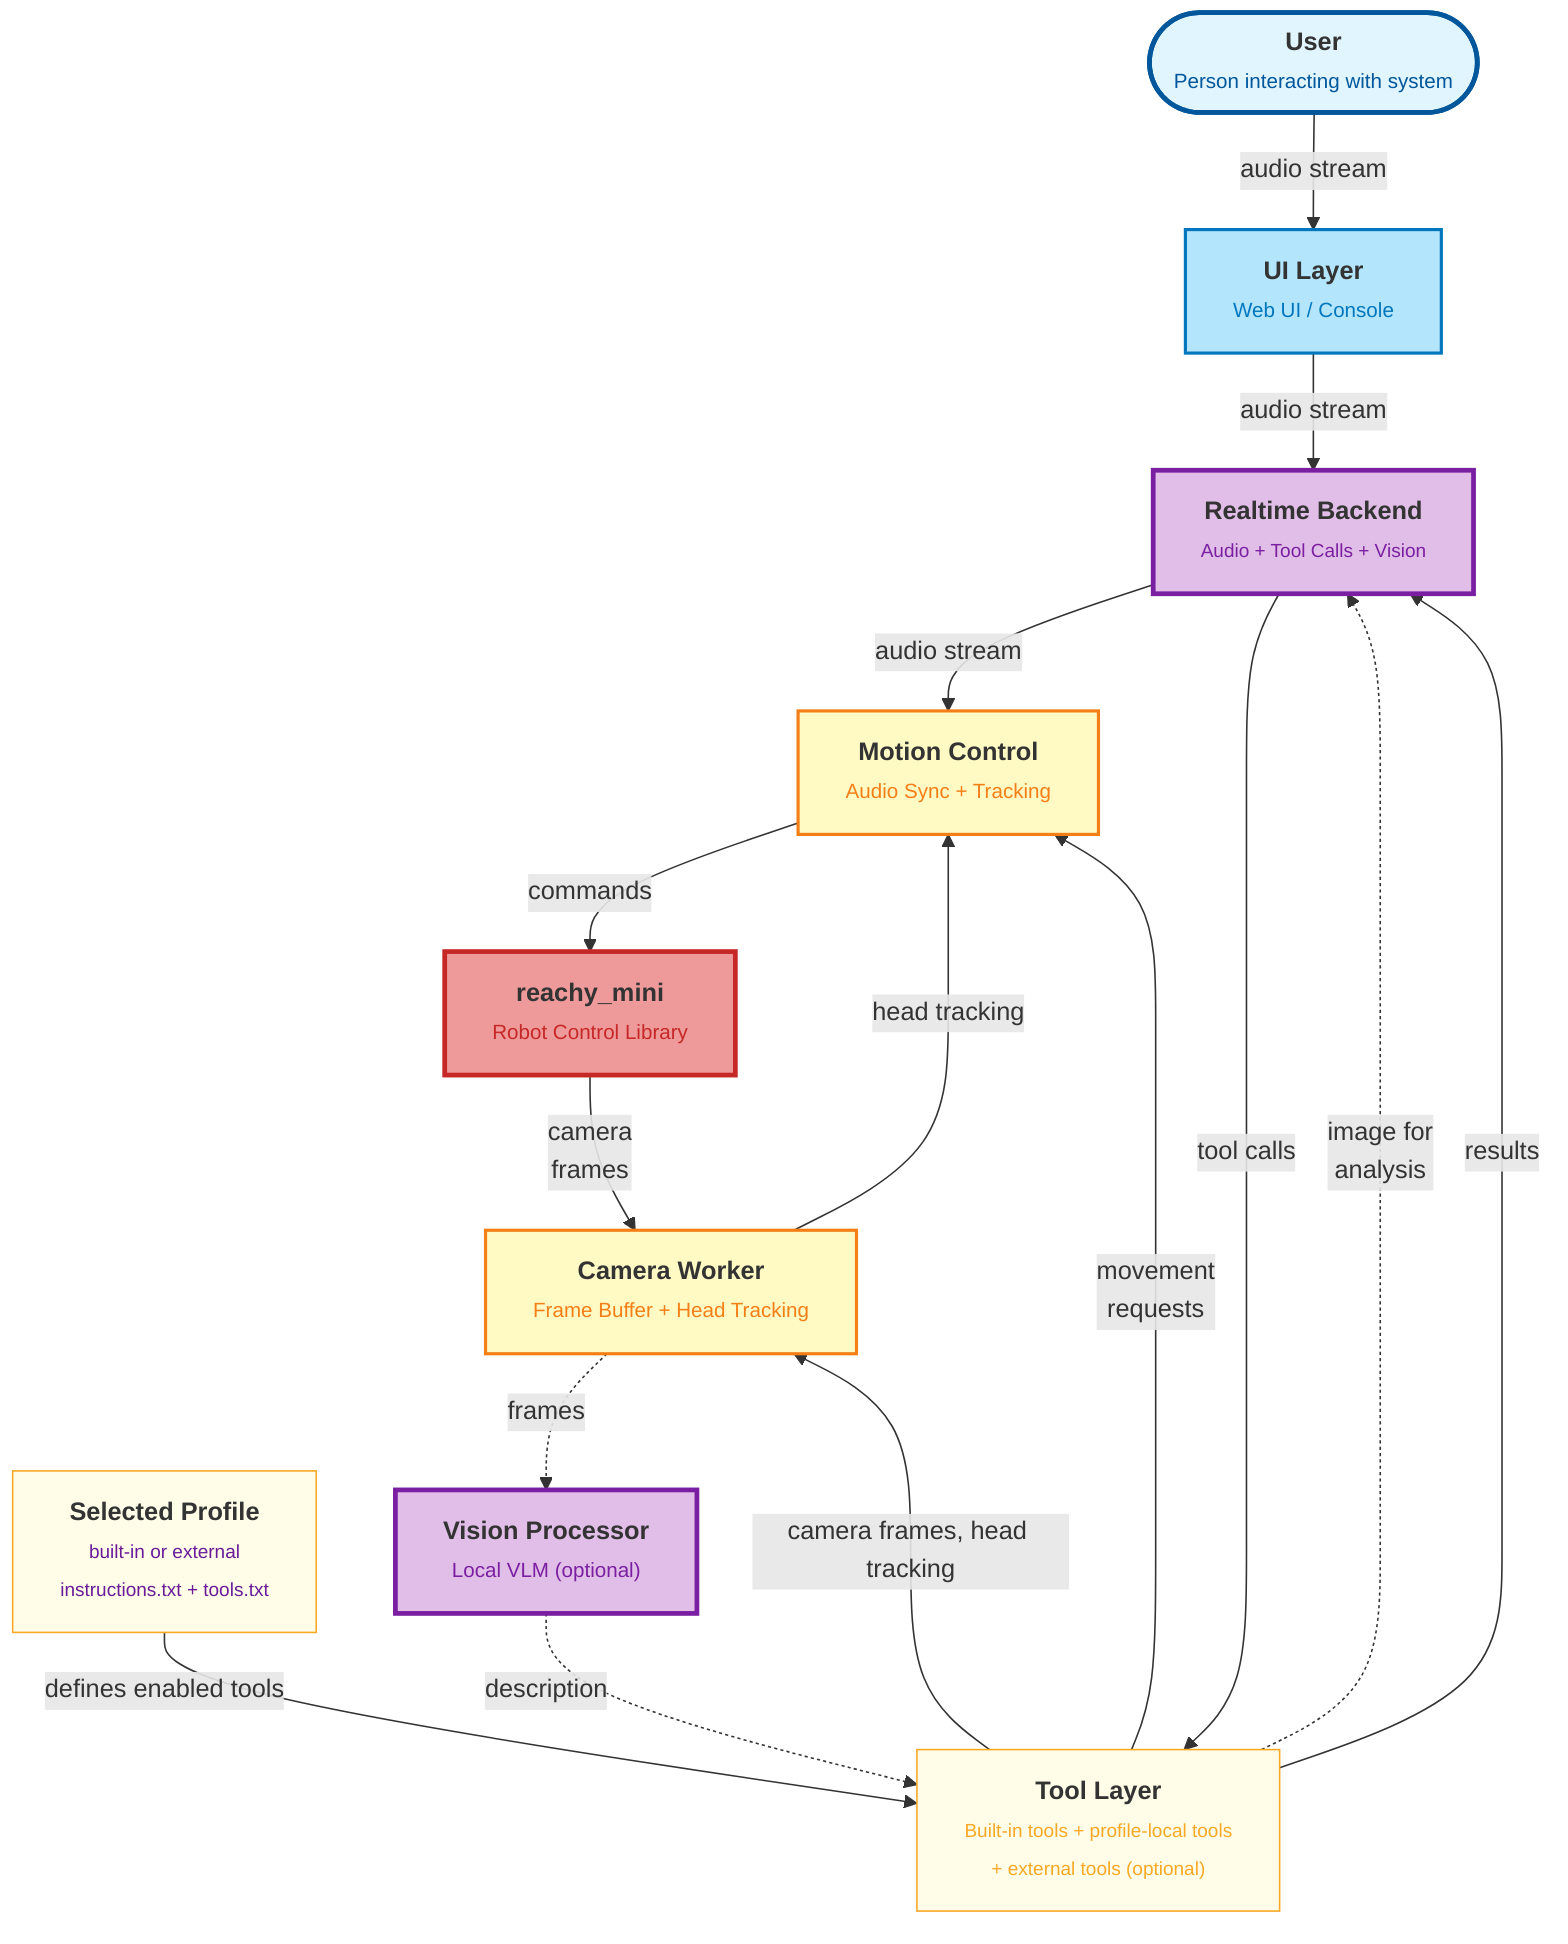
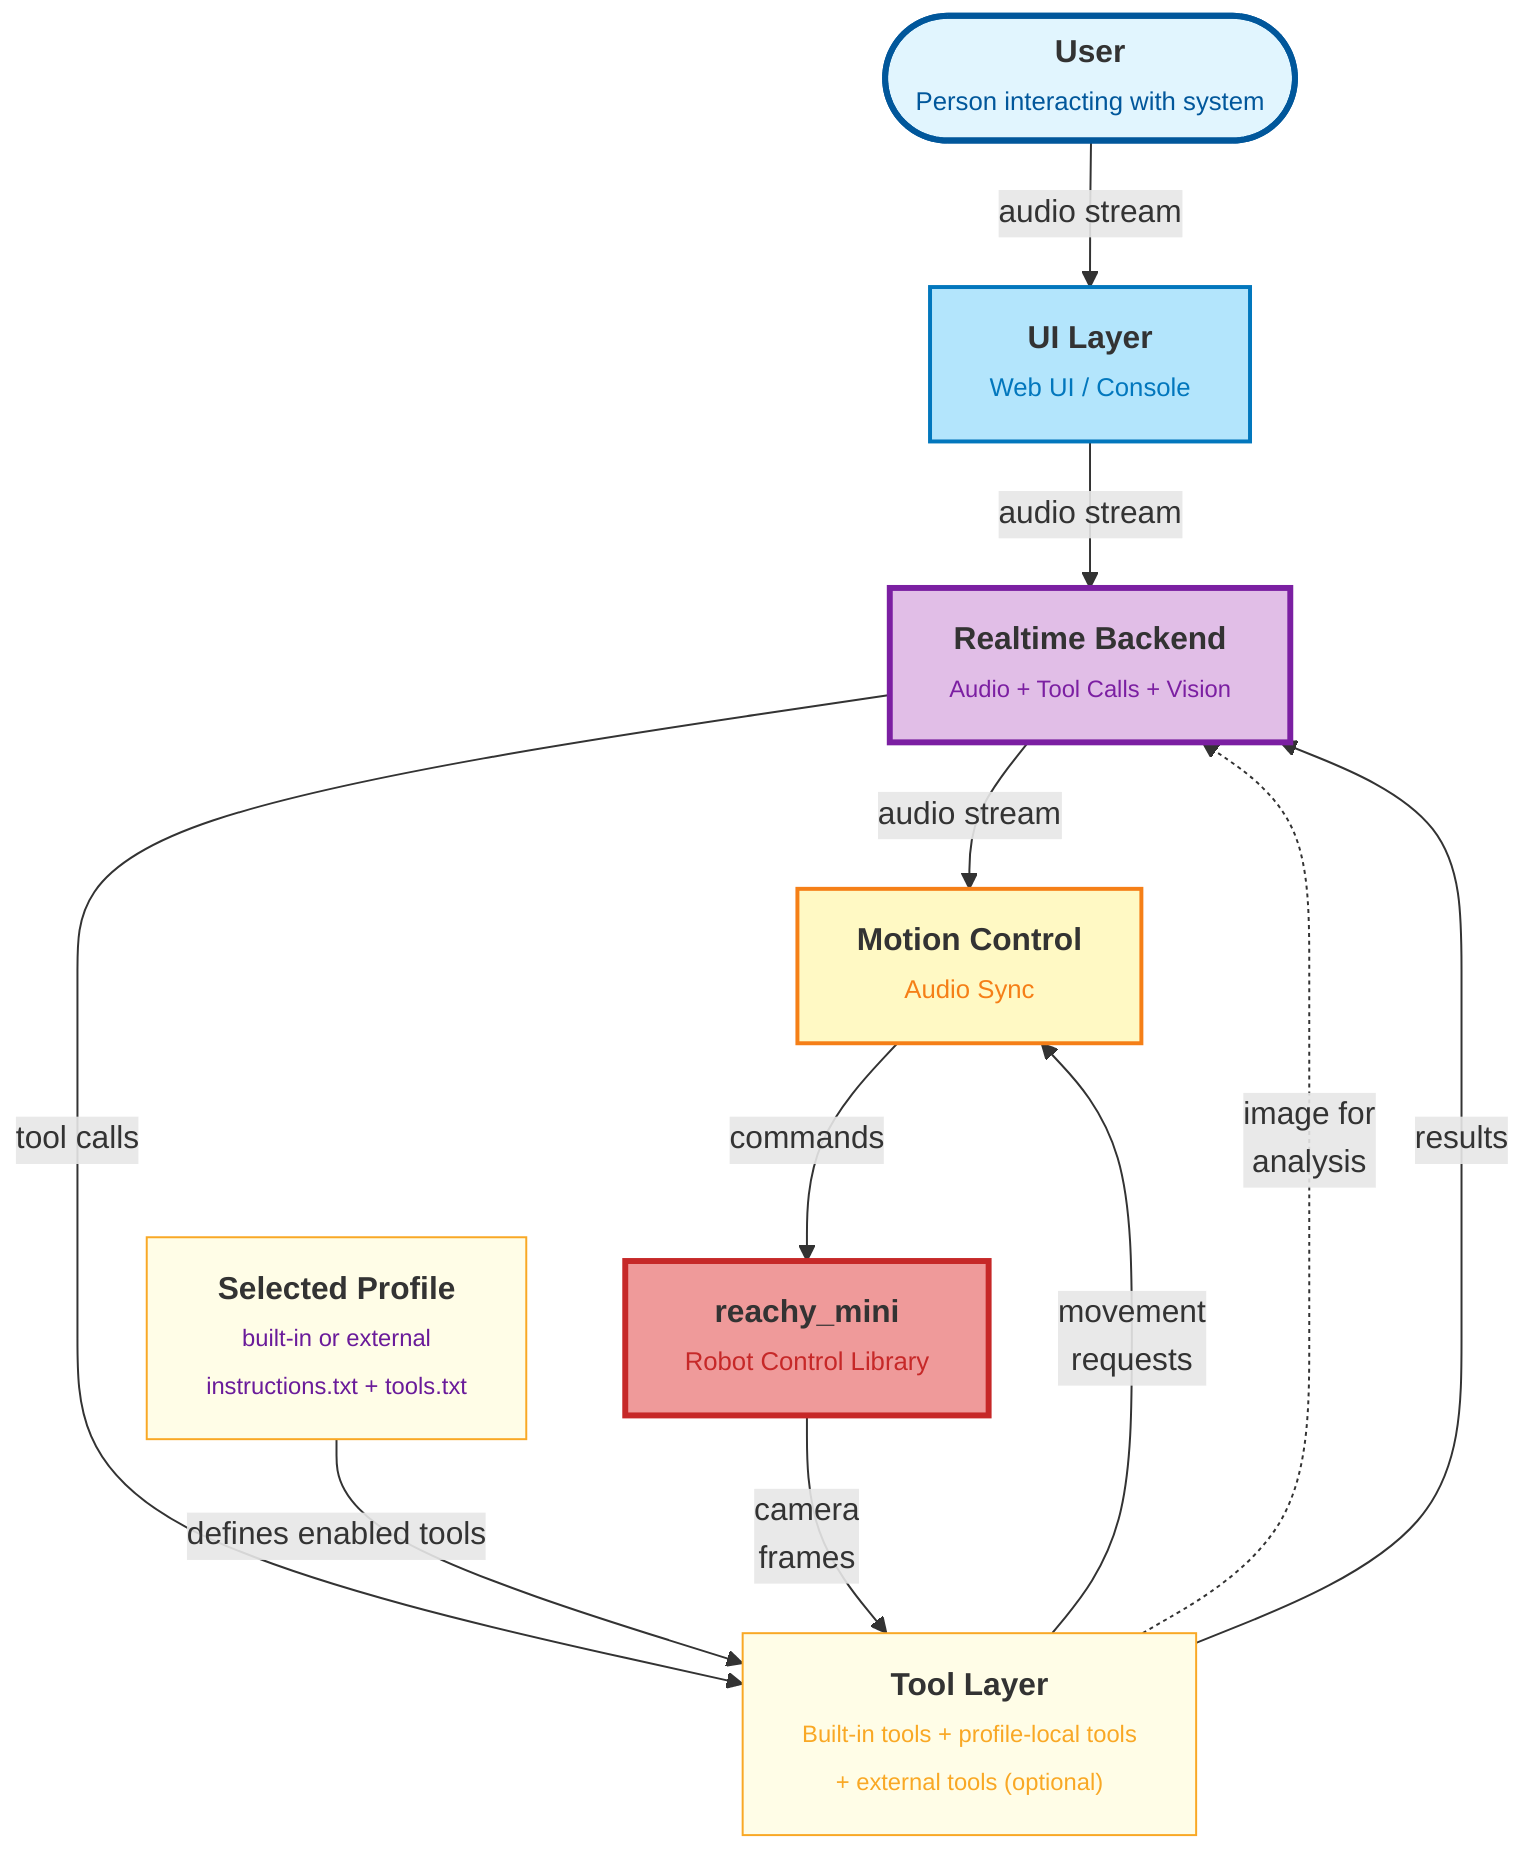
---
config:
  layout: dagre
  flowchart:
    htmlLabels: true
---
flowchart TB
    User(["<span style='font-size:16px;font-weight:bold;'>User</span><br><span style='font-size:13px;color:#01579b;'>Person interacting with system</span>"])
      -- audio stream -->
    UI@{ label: "<span style='font-size:16px;font-weight:bold;'>UI Layer</span><br><span style='font-size:13px;color:#0277bd;'>Web UI / Console</span>" }

    UI -- audio stream -->
    Backend@{ label: "<span style='font-size:16px;font-weight:bold;'>Realtime Backend</span><br><span style='font-size:12px; color:#7b1fa2;'>Audio + Tool Calls + Vision</span>" }

    Backend -- audio stream -->
-     Motion@{ label: "<span style='font-size:16px;font-weight:bold;'>Motion Control</span><br><span style='font-size:13px;color:#f57f17;'>Audio Sync + Tracking</span>" }
+     Motion@{ label: "<span style='font-size:16px;font-weight:bold;'>Motion Control</span><br><span style='font-size:13px;color:#f57f17;'>Audio Sync</span>" }

    Backend -- tool calls -->
    Handlers@{ label: "<span style='font-size:16px;font-weight:bold;'>Tool Layer</span><br><span style='font-size:12px;color:#f9a825;'>Built-in tools + profile-local tools<br/>+ external tools (optional)</span>" }

    Profiles@{ label: "<span style='font-size:16px;font-weight:bold;'>Selected Profile</span><br><span style='font-size:12px;color:#6a1b9a;'>built-in or external<br/>instructions.txt + tools.txt</span>" }

    Profiles -- defines enabled tools --> Handlers

    Handlers -- movement
    requests --> Motion

-     Handlers -- camera frames, head tracking -->
-     Camera@{ label: "<span style='font-size:16px;font-weight:bold;'>Camera Worker</span><br><span style='font-size:13px;color:#f57f17;'>Frame Buffer + Head Tracking</span>" }
- 
    Handlers -. image for
    analysis .-> Backend

-     Camera -- head tracking --> Motion
- 
-     Camera -. frames .->
-     Vision@{ label: "<span style='font-size:16px;font-weight:bold;'>Vision Processor</span><br><span style='font-size:13px;color:#7b1fa2;'>Local VLM (optional)</span>" }
- 
-     Vision -. description .-> Handlers
- 
    Robot@{ label: "<span style='font-size:16px;font-weight:bold;'>reachy_mini</span><br><span style='font-size:13px;color:#c62828;'>Robot Control Library</span>" }
    -- camera
-     frames --> Camera
+     frames --> Handlers

    Motion -- commands --> Robot

    Handlers -- results --> Backend

     User:::userStyle
     UI:::uiStyle
     Backend:::aiStyle
     Motion:::coreStyle
     Profiles:::toolStyle
     Handlers:::toolStyle
-      Camera:::coreStyle
-      Vision:::aiStyle
     Robot:::hardwareStyle
    classDef userStyle fill:#e1f5fe,stroke:#01579b,stroke-width:3px
    classDef uiStyle fill:#b3e5fc,stroke:#0277bd,stroke-width:2px
    classDef aiStyle fill:#e1bee7,stroke:#7b1fa2,stroke-width:3px
    classDef coreStyle fill:#fff9c4,stroke:#f57f17,stroke-width:2px
    classDef hardwareStyle fill:#ef9a9a,stroke:#c62828,stroke-width:3px
    classDef toolStyle fill:#fffde7,stroke:#f9a825,stroke-width:1px
